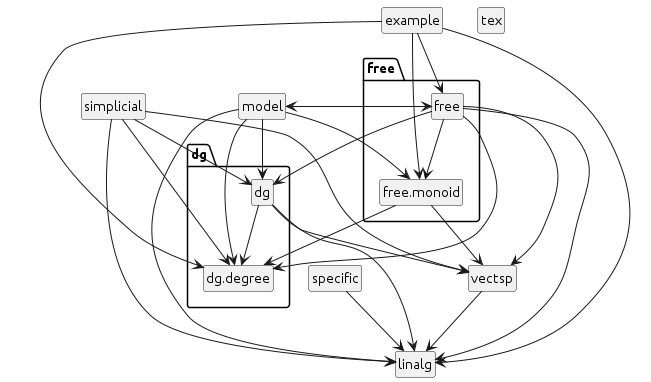
Above: website/static/img/uml/depGraph.png in shwaka/kohomology (PlantUML), before the change.
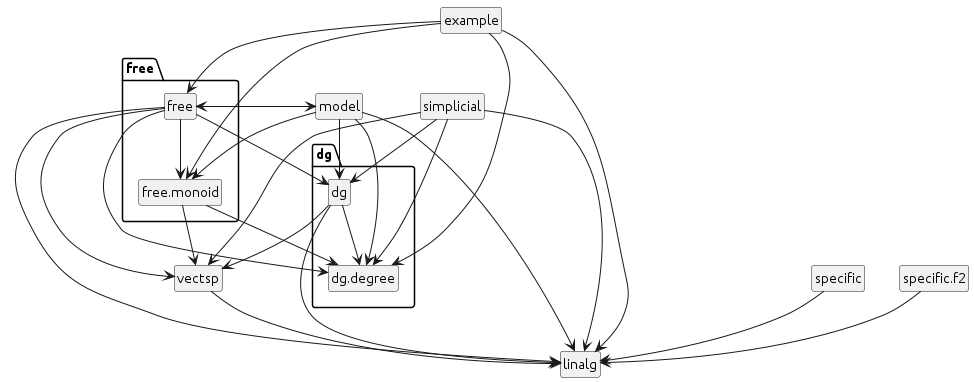
Later version of the same file.

What changed in the source:
```diff
@@ -3,9 +3,9 @@
 hide circle
 set namespaceSeparator ::
 class model
-class tex
 class linalg
 class specific
+class specific.f2
 class example
 class vectsp
 class simplicial
@@ -31,6 +31,7 @@
 free.monoid --> dg.degree
 free.monoid --> vectsp
 specific --> linalg
+specific.f2 --> linalg
 example --> dg.degree
 example --> free
 example --> free.monoid
```
